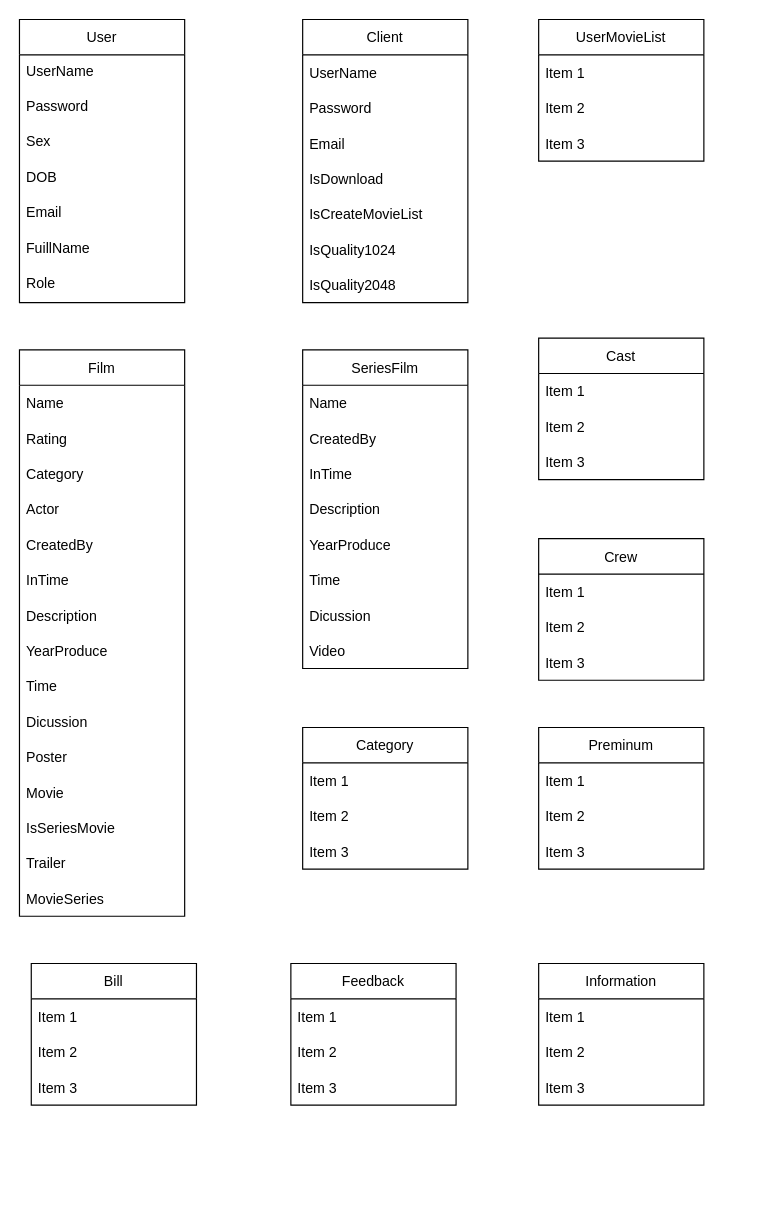
This is database.drawio from KenDZz1012/LKShop-NgonNguKichBan, a draw.io file, before an edit. Source tidied: cells renumbered, new cells numbered last; positions are measured from the earlier drawing's top-left corner, leaving out a move shared by most shapes. Both pictures are drawn from the tidied source at 118%, with x=0, y=0 at pixel (19, 19).
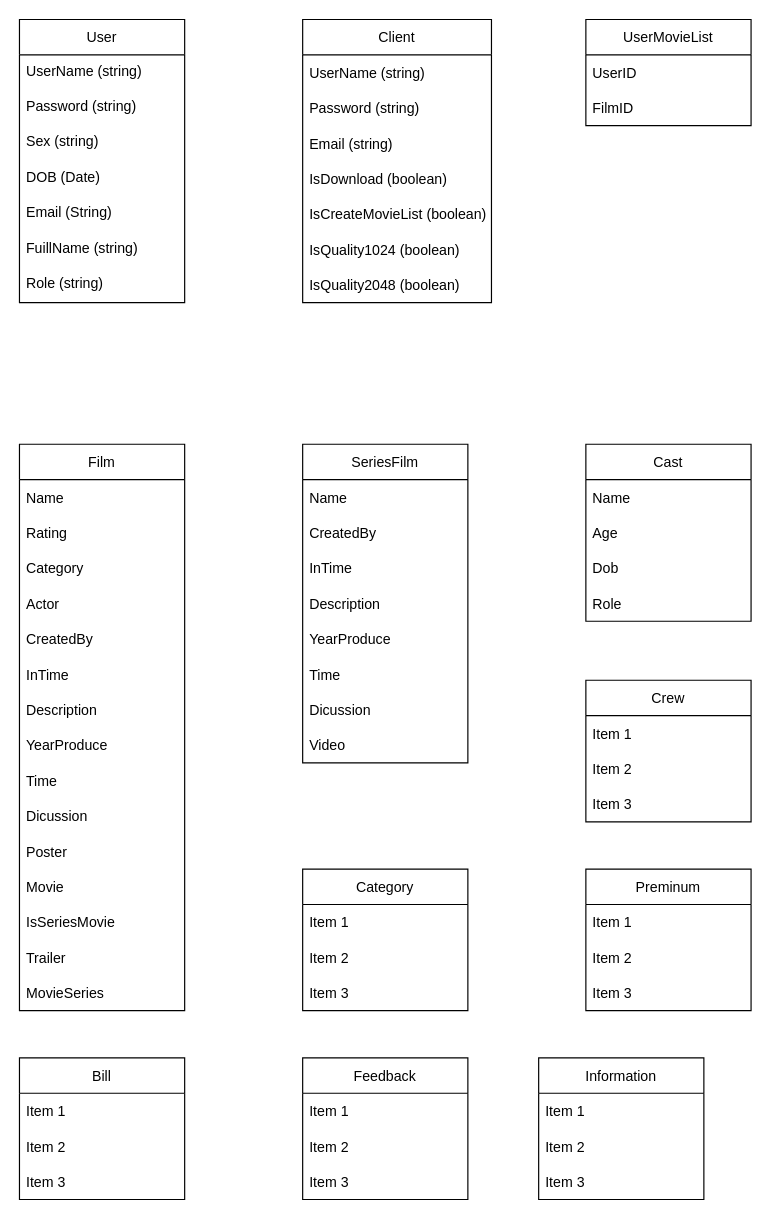
After the change.

The change refers to these unchanged cells:
```xml
<mxCell id="2" value="User" style="swimlane;fontStyle=0;horizontal=1;startSize=30;" parent="1" vertex="1">
  <mxGeometry width="140" height="240" as="geometry" />
</mxCell>
```

Diff of the diagram source:
```diff
@@
-    <mxCell id="3" value="UserName" style="text;strokeColor=none;fillColor=none;align=left;verticalAlign=top;spacingLeft=4;spacingRight=4;overflow=hidden;" parent="2" vertex="1">
+    <mxCell id="3" value="UserName (string)" style="text;strokeColor=none;fillColor=none;align=left;verticalAlign=top;spacingLeft=4;spacingRight=4;overflow=hidden;" parent="2" vertex="1">
       <mxGeometry y="30" width="140" height="30" as="geometry" />
     </mxCell>
-    <mxCell id="4" value="Password&#10;" style="text;strokeColor=none;fillColor=none;align=left;verticalAlign=top;spacingLeft=4;spacingRight=4;overflow=hidden;" parent="2" vertex="1">
+    <mxCell id="4" value="Password (string)" style="text;strokeColor=none;fillColor=none;align=left;verticalAlign=top;spacingLeft=4;spacingRight=4;overflow=hidden;" parent="2" vertex="1">
       <mxGeometry y="60" width="140" height="30" as="geometry" />
     </mxCell>
-    <mxCell id="5" value="Sex" style="text;strokeColor=none;fillColor=none;align=left;verticalAlign=top;spacingLeft=4;spacingRight=4;overflow=hidden;" parent="2" vertex="1">
+    <mxCell id="5" value="Sex (string)" style="text;strokeColor=none;fillColor=none;align=left;verticalAlign=top;spacingLeft=4;spacingRight=4;overflow=hidden;" parent="2" vertex="1">
       <mxGeometry y="90" width="140" height="30" as="geometry" />
     </mxCell>
-    <mxCell id="6" value="DOB&#10;" style="text;strokeColor=none;fillColor=none;align=left;verticalAlign=top;spacingLeft=4;spacingRight=4;overflow=hidden;" parent="2" vertex="1">
+    <mxCell id="6" value="DOB (Date)&#10;" style="text;strokeColor=none;fillColor=none;align=left;verticalAlign=top;spacingLeft=4;spacingRight=4;overflow=hidden;" parent="2" vertex="1">
       <mxGeometry y="120" width="140" height="30" as="geometry" />
     </mxCell>
-    <mxCell id="7" value="Email&#10;" style="text;strokeColor=none;fillColor=none;align=left;verticalAlign=top;spacingLeft=4;spacingRight=4;overflow=hidden;" parent="2" vertex="1">
+    <mxCell id="7" value="Email (String)&#10;" style="text;strokeColor=none;fillColor=none;align=left;verticalAlign=top;spacingLeft=4;spacingRight=4;overflow=hidden;" parent="2" vertex="1">
       <mxGeometry y="150" width="140" height="30" as="geometry" />
     </mxCell>
-    <mxCell id="8" value="FuillName" style="text;strokeColor=none;fillColor=none;align=left;verticalAlign=top;spacingLeft=4;spacingRight=4;overflow=hidden;" parent="2" vertex="1">
+    <mxCell id="8" value="FuillName (string)" style="text;strokeColor=none;fillColor=none;align=left;verticalAlign=top;spacingLeft=4;spacingRight=4;overflow=hidden;" parent="2" vertex="1">
       <mxGeometry y="180" width="140" height="30" as="geometry" />
     </mxCell>
-    <mxCell id="9" value="Role" style="text;strokeColor=none;fillColor=none;align=left;verticalAlign=top;spacingLeft=4;spacingRight=4;overflow=hidden;" parent="2" vertex="1">
+    <mxCell id="9" value="Role (string)" style="text;strokeColor=none;fillColor=none;align=left;verticalAlign=top;spacingLeft=4;spacingRight=4;overflow=hidden;" parent="2" vertex="1">
       <mxGeometry y="210" width="140" height="30" as="geometry" />
     </mxCell>
     <mxCell id="10" value="Film" style="swimlane;fontStyle=0;horizontal=1;startSize=30;" parent="1" vertex="1">
-      <mxGeometry y="280" width="140" height="480" as="geometry" />
+      <mxGeometry y="360" width="140" height="480" as="geometry" />
     </mxCell>
@@
     <mxCell id="26" value="Cast" style="swimlane;fontStyle=0;horizontal=1;startSize=30;" parent="1" vertex="1">
-      <mxGeometry x="440" y="270" width="140" height="120" as="geometry" />
+      <mxGeometry x="480" y="360" width="140" height="150" as="geometry" />
     </mxCell>
-    <mxCell id="27" value="Item 1" style="text;strokeColor=none;fillColor=none;align=left;verticalAlign=middle;spacingLeft=4;spacingRight=4;overflow=hidden;" parent="26" vertex="1">
+    <mxCell id="27" value="Name" style="text;strokeColor=none;fillColor=none;align=left;verticalAlign=middle;spacingLeft=4;spacingRight=4;overflow=hidden;" parent="26" vertex="1">
       <mxGeometry y="30" width="140" height="30" as="geometry" />
     </mxCell>
-    <mxCell id="28" value="Item 2" style="text;strokeColor=none;fillColor=none;align=left;verticalAlign=middle;spacingLeft=4;spacingRight=4;overflow=hidden;" parent="26" vertex="1">
+    <mxCell id="28" value="Age" style="text;strokeColor=none;fillColor=none;align=left;verticalAlign=middle;spacingLeft=4;spacingRight=4;overflow=hidden;" parent="26" vertex="1">
       <mxGeometry y="60" width="140" height="30" as="geometry" />
     </mxCell>
-    <mxCell id="29" value="Item 3" style="text;strokeColor=none;fillColor=none;align=left;verticalAlign=middle;spacingLeft=4;spacingRight=4;overflow=hidden;" parent="26" vertex="1">
+    <mxCell id="29" value="Dob" style="text;strokeColor=none;fillColor=none;align=left;verticalAlign=middle;spacingLeft=4;spacingRight=4;overflow=hidden;" parent="26" vertex="1">
       <mxGeometry y="90" width="140" height="30" as="geometry" />
     </mxCell>
+    <mxCell id="75" value="Role" style="text;strokeColor=none;fillColor=none;align=left;verticalAlign=middle;spacingLeft=4;spacingRight=4;overflow=hidden;" parent="26" vertex="1">
+      <mxGeometry y="120" width="140" height="30" as="geometry" />
+    </mxCell>
     <mxCell id="30" value="Client" style="swimlane;fontStyle=0;horizontal=1;startSize=30;" parent="1" vertex="1">
-      <mxGeometry x="240" width="140" height="240" as="geometry" />
+      <mxGeometry x="240" width="160" height="240" as="geometry" />
     </mxCell>
-    <mxCell id="31" value="UserName" style="text;strokeColor=none;fillColor=none;align=left;verticalAlign=middle;spacingLeft=4;spacingRight=4;overflow=hidden;" parent="30" vertex="1">
-      <mxGeometry y="30" width="140" height="30" as="geometry" />
+    <mxCell id="31" value="UserName (string)" style="text;strokeColor=none;fillColor=none;align=left;verticalAlign=middle;spacingLeft=4;spacingRight=4;overflow=hidden;" parent="30" vertex="1">
+      <mxGeometry y="30" width="160" height="30" as="geometry" />
     </mxCell>
-    <mxCell id="32" value="Password" style="text;strokeColor=none;fillColor=none;align=left;verticalAlign=middle;spacingLeft=4;spacingRight=4;overflow=hidden;" parent="30" vertex="1">
-      <mxGeometry y="60" width="140" height="30" as="geometry" />
+    <mxCell id="32" value="Password (string)" style="text;strokeColor=none;fillColor=none;align=left;verticalAlign=middle;spacingLeft=4;spacingRight=4;overflow=hidden;" parent="30" vertex="1">
+      <mxGeometry y="60" width="160" height="30" as="geometry" />
     </mxCell>
-    <mxCell id="33" value="Email" style="text;strokeColor=none;fillColor=none;align=left;verticalAlign=middle;spacingLeft=4;spacingRight=4;overflow=hidden;" parent="30" vertex="1">
-      <mxGeometry y="90" width="140" height="30" as="geometry" />
+    <mxCell id="33" value="Email (string)" style="text;strokeColor=none;fillColor=none;align=left;verticalAlign=middle;spacingLeft=4;spacingRight=4;overflow=hidden;" parent="30" vertex="1">
+      <mxGeometry y="90" width="160" height="30" as="geometry" />
     </mxCell>
-    <mxCell id="34" value="IsDownload" style="text;strokeColor=none;fillColor=none;align=left;verticalAlign=middle;spacingLeft=4;spacingRight=4;overflow=hidden;" parent="30" vertex="1">
-      <mxGeometry y="120" width="140" height="30" as="geometry" />
+    <mxCell id="34" value="IsDownload (boolean)        " style="text;strokeColor=none;fillColor=none;align=left;verticalAlign=middle;spacingLeft=4;spacingRight=4;overflow=hidden;" parent="30" vertex="1">
+      <mxGeometry y="120" width="160" height="30" as="geometry" />
     </mxCell>
-    <mxCell id="35" value="IsCreateMovieList" style="text;strokeColor=none;fillColor=none;align=left;verticalAlign=middle;spacingLeft=4;spacingRight=4;overflow=hidden;" parent="30" vertex="1">
-      <mxGeometry y="150" width="140" height="30" as="geometry" />
+    <mxCell id="35" value="IsCreateMovieList (boolean)" style="text;strokeColor=none;fillColor=none;align=left;verticalAlign=middle;spacingLeft=4;spacingRight=4;overflow=hidden;" parent="30" vertex="1">
+      <mxGeometry y="150" width="160" height="30" as="geometry" />
     </mxCell>
-    <mxCell id="36" value="IsQuality1024" style="text;strokeColor=none;fillColor=none;align=left;verticalAlign=middle;spacingLeft=4;spacingRight=4;overflow=hidden;" parent="30" vertex="1">
-      <mxGeometry y="180" width="140" height="30" as="geometry" />
+    <mxCell id="36" value="IsQuality1024 (boolean)" style="text;strokeColor=none;fillColor=none;align=left;verticalAlign=middle;spacingLeft=4;spacingRight=4;overflow=hidden;" parent="30" vertex="1">
+      <mxGeometry y="180" width="160" height="30" as="geometry" />
     </mxCell>
-    <mxCell id="37" value="IsQuality2048" style="text;strokeColor=none;fillColor=none;align=left;verticalAlign=middle;spacingLeft=4;spacingRight=4;overflow=hidden;" parent="30" vertex="1">
-      <mxGeometry y="210" width="140" height="30" as="geometry" />
+    <mxCell id="37" value="IsQuality2048 (boolean)" style="text;strokeColor=none;fillColor=none;align=left;verticalAlign=middle;spacingLeft=4;spacingRight=4;overflow=hidden;" parent="30" vertex="1">
+      <mxGeometry y="210" width="160" height="30" as="geometry" />
     </mxCell>
     <mxCell id="38" value="Category" style="swimlane;fontStyle=0;horizontal=1;startSize=30;" parent="1" vertex="1">
-      <mxGeometry x="240" y="600" width="140" height="120" as="geometry" />
+      <mxGeometry x="240" y="720" width="140" height="120" as="geometry" />
     </mxCell>
@@
     <mxCell id="42" value="UserMovieList" style="swimlane;fontStyle=0;horizontal=1;startSize=30;" parent="1" vertex="1">
-      <mxGeometry x="440" width="140" height="120" as="geometry" />
+      <mxGeometry x="480" width="140" height="90" as="geometry" />
     </mxCell>
-    <mxCell id="43" value="Item 1" style="text;strokeColor=none;fillColor=none;align=left;verticalAlign=middle;spacingLeft=4;spacingRight=4;overflow=hidden;" parent="42" vertex="1">
+    <mxCell id="43" value="UserID" style="text;strokeColor=none;fillColor=none;align=left;verticalAlign=middle;spacingLeft=4;spacingRight=4;overflow=hidden;" parent="42" vertex="1">
       <mxGeometry y="30" width="140" height="30" as="geometry" />
     </mxCell>
-    <mxCell id="44" value="Item 2" style="text;strokeColor=none;fillColor=none;align=left;verticalAlign=middle;spacingLeft=4;spacingRight=4;overflow=hidden;" parent="42" vertex="1">
+    <mxCell id="44" value="FilmID" style="text;strokeColor=none;fillColor=none;align=left;verticalAlign=middle;spacingLeft=4;spacingRight=4;overflow=hidden;" parent="42" vertex="1">
       <mxGeometry y="60" width="140" height="30" as="geometry" />
     </mxCell>
-    <mxCell id="45" value="Item 3" style="text;strokeColor=none;fillColor=none;align=left;verticalAlign=middle;spacingLeft=4;spacingRight=4;overflow=hidden;" parent="42" vertex="1">
-      <mxGeometry y="90" width="140" height="30" as="geometry" />
-    </mxCell>
     <mxCell id="46" value="Preminum" style="swimlane;fontStyle=0;horizontal=1;startSize=30;" parent="1" vertex="1">
-      <mxGeometry x="440" y="600" width="140" height="120" as="geometry" />
+      <mxGeometry x="480" y="720" width="140" height="120" as="geometry" />
     </mxCell>
@@
     <mxCell id="50" value="Bill" style="swimlane;fontStyle=0;horizontal=1;startSize=30;" parent="1" vertex="1">
-      <mxGeometry x="10" y="800" width="140" height="120" as="geometry" />
+      <mxGeometry y="880" width="140" height="120" as="geometry" />
     </mxCell>
@@
     <mxCell id="54" value="Feedback" style="swimlane;fontStyle=0;horizontal=1;startSize=30;" parent="1" vertex="1">
-      <mxGeometry x="230" y="800" width="140" height="120" as="geometry" />
+      <mxGeometry x="240" y="880" width="140" height="120" as="geometry" />
     </mxCell>
@@
     <mxCell id="58" value="Crew" style="swimlane;fontStyle=0;horizontal=1;startSize=30;" parent="1" vertex="1">
-      <mxGeometry x="440" y="440" width="140" height="120" as="geometry" />
+      <mxGeometry x="480" y="560" width="140" height="120" as="geometry" />
     </mxCell>
@@
     <mxCell id="62" value="SeriesFilm" style="swimlane;fontStyle=0;horizontal=1;startSize=30;" parent="1" vertex="1">
-      <mxGeometry x="240" y="280" width="140" height="270" as="geometry" />
+      <mxGeometry x="240" y="360" width="140" height="270" as="geometry" />
     </mxCell>
@@
     <mxCell id="71" value="Information" style="swimlane;fontStyle=0;horizontal=1;startSize=30;" parent="1" vertex="1">
-      <mxGeometry x="440" y="800" width="140" height="120" as="geometry" />
+      <mxGeometry x="440" y="880" width="140" height="120" as="geometry" />
     </mxCell>
```
